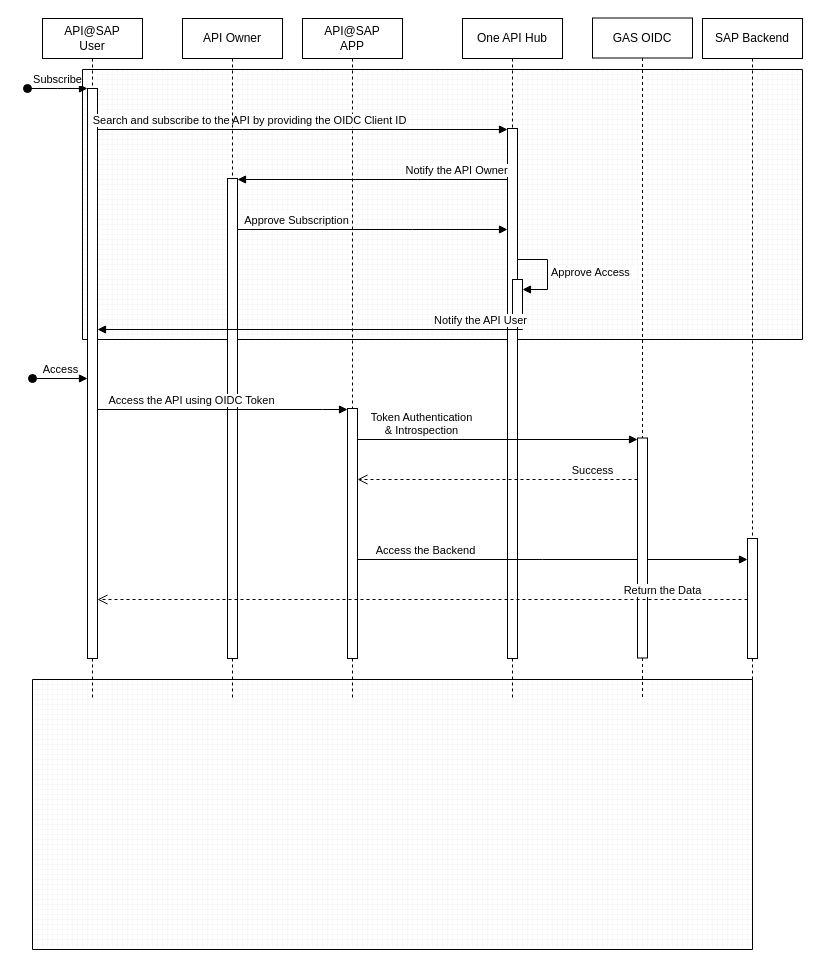
Before: API@SAP OIDC User Flow.drawio in kameshbrao/ArchiModels, a draw.io diagram. Source tidied: cells renumbered, new cells numbered last; positions are measured from the earlier drawing's top-left corner, leaving out a move shared by most shapes. Both pictures are drawn from the tidied source at 100%, with x=0, y=0 at pixel (27, 17).
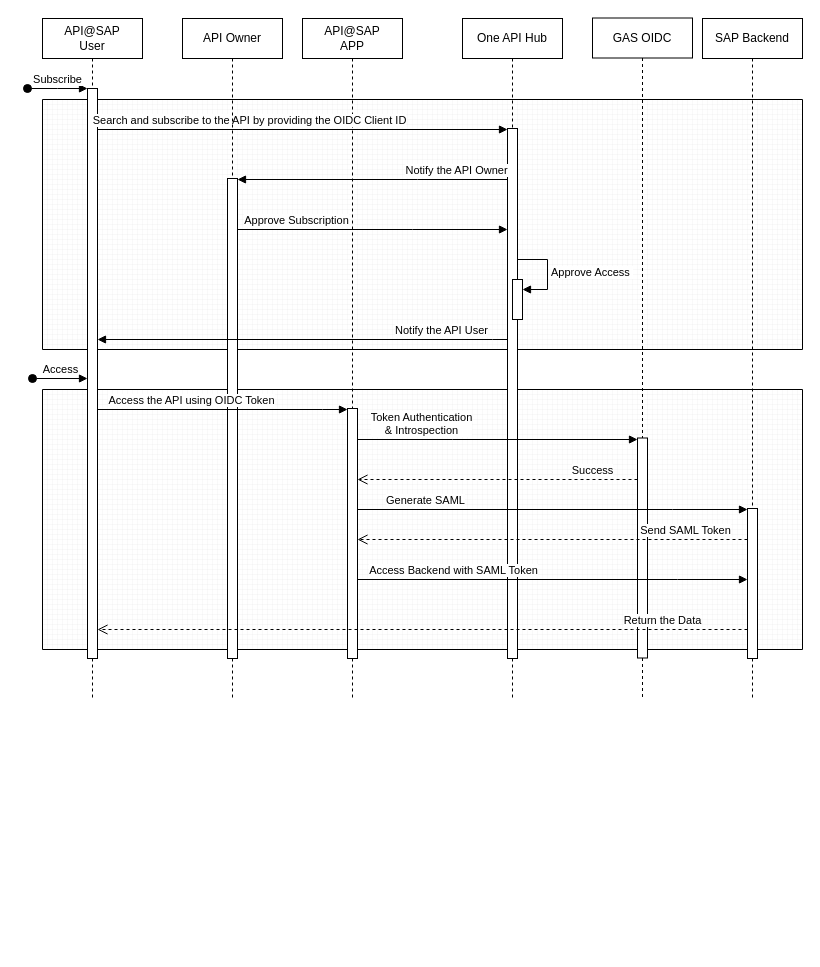
After the change.

Unchanged cells that the change refers to:
```xml
<mxCell id="5" style="html=1;points=[];perimeter=orthogonalPerimeter;outlineConnect=0;targetShapes=umlLifeline;portConstraint=eastwest;newEdgeStyle={&quot;edgeStyle&quot;:&quot;elbowEdgeStyle&quot;,&quot;elbow&quot;:&quot;vertical&quot;,&quot;curved&quot;:0,&quot;rounded&quot;:0};" parent="4" vertex="1">
  <mxGeometry x="45" y="70" width="10" height="570" as="geometry" />
</mxCell>
<mxCell id="8" style="html=1;points=[];perimeter=orthogonalPerimeter;outlineConnect=0;targetShapes=umlLifeline;portConstraint=eastwest;newEdgeStyle={&quot;edgeStyle&quot;:&quot;elbowEdgeStyle&quot;,&quot;elbow&quot;:&quot;vertical&quot;,&quot;curved&quot;:0,&quot;rounded&quot;:0};" parent="7" vertex="1">
  <mxGeometry x="45" y="390" width="10" height="250" as="geometry" />
</mxCell>
<mxCell id="11" style="html=1;points=[];perimeter=orthogonalPerimeter;outlineConnect=0;targetShapes=umlLifeline;portConstraint=eastwest;newEdgeStyle={&quot;edgeStyle&quot;:&quot;elbowEdgeStyle&quot;,&quot;elbow&quot;:&quot;vertical&quot;,&quot;curved&quot;:0,&quot;rounded&quot;:0};" parent="10" vertex="1">
  <mxGeometry x="45" y="110" width="10" height="530" as="geometry" />
</mxCell>
<mxCell id="14" value="SAP Backend" style="shape=umlLifeline;perimeter=lifelinePerimeter;whiteSpace=wrap;html=1;newEdgeStyle={&quot;edgeStyle&quot;:&quot;elbowEdgeStyle&quot;,&quot;elbow&quot;:&quot;vertical&quot;,&quot;curved&quot;:0,&quot;rounded&quot;:0};" parent="1" vertex="1">
  <mxGeometry x="675" y="1" width="100" height="681" as="geometry" />
</mxCell>
```

What changed in the source:
```diff
@@
     <mxCell id="2" style="verticalLabelPosition=bottom;verticalAlign=top;html=1;shape=mxgraph.basic.patternFillRect;fillStyle=grid;step=5;fillStrokeWidth=0.2;fillStrokeColor=#dddddd;" parent="1" vertex="1">
-      <mxGeometry x="5" y="662" width="720" height="270" as="geometry" />
+      <mxGeometry x="15" y="372" width="760" height="260" as="geometry" />
     </mxCell>
     <mxCell id="3" style="verticalLabelPosition=bottom;verticalAlign=top;html=1;shape=mxgraph.basic.patternFillRect;fillStyle=grid;step=5;fillStrokeWidth=0.2;fillStrokeColor=#dddddd;" parent="1" vertex="1">
-      <mxGeometry x="55" y="52" width="720" height="270" as="geometry" />
+      <mxGeometry x="15" y="82" width="760" height="250" as="geometry" />
     </mxCell>
@@
     <mxCell id="15" style="html=1;points=[];perimeter=orthogonalPerimeter;outlineConnect=0;targetShapes=umlLifeline;portConstraint=eastwest;newEdgeStyle={&quot;edgeStyle&quot;:&quot;elbowEdgeStyle&quot;,&quot;elbow&quot;:&quot;vertical&quot;,&quot;curved&quot;:0,&quot;rounded&quot;:0};" parent="14" vertex="1">
-      <mxGeometry x="45" y="520" width="10" height="120" as="geometry" />
+      <mxGeometry x="45" y="490" width="10" height="150" as="geometry" />
     </mxCell>
@@
     <mxCell id="20" value="Notify the API User" style="html=1;verticalAlign=bottom;endArrow=block;edgeStyle=elbowEdgeStyle;elbow=vertical;curved=0;rounded=0;" parent="1" edge="1" source="11" target="5">
-      <mxGeometry x="-0.78" relative="1" as="geometry">
+      <mxGeometry x="-0.68" relative="1" as="geometry">
         <Array as="points">
-          <mxPoint x="495" y="312" />
+          <mxPoint x="465" y="322" />
+          <mxPoint x="475" y="342" />
           <mxPoint x="315" y="322" />
           <mxPoint x="235" y="312" />
           <mxPoint x="385" y="322" />
           <mxPoint x="345" y="302" />
           <mxPoint x="75" y="302" />
           <mxPoint x="355" y="302" />
           <mxPoint x="205" y="362" />
           <mxPoint x="225" y="332" />
           <mxPoint x="185" y="302" />
         </Array>
       </mxGeometry>
     </mxCell>
@@
-    <mxCell id="25" value="Access the Backend" style="html=1;verticalAlign=bottom;endArrow=block;edgeStyle=elbowEdgeStyle;elbow=vertical;curved=0;rounded=0;" parent="1" edge="1" source="8" target="15">
-      <mxGeometry x="-0.65" relative="1" as="geometry">
-        <Array as="points">
-          <mxPoint x="515" y="542" />
-          <mxPoint x="525" y="522" />
-          <mxPoint x="510" y="502" />
-          <mxPoint x="570" y="522" />
-          <mxPoint x="930" y="542" />
-          <mxPoint x="520" y="517" />
-        </Array>
-      </mxGeometry>
-    </mxCell>
@@
     <mxCell id="28" value="Return the Data" style="html=1;verticalAlign=bottom;endArrow=open;dashed=1;endSize=8;edgeStyle=elbowEdgeStyle;elbow=vertical;curved=0;rounded=0;" parent="1" edge="1" source="15" target="5">
       <mxGeometry x="-0.74" relative="1" as="geometry">
         <Array as="points">
+          <mxPoint x="605" y="612" />
           <mxPoint x="285" y="582" />
         </Array>
       </mxGeometry>
     </mxCell>
+    <mxCell id="29" value="Send SAML Token" style="html=1;verticalAlign=bottom;endArrow=open;dashed=1;endSize=8;edgeStyle=elbowEdgeStyle;elbow=vertical;curved=0;rounded=0;" parent="1" edge="1" source="15" target="8">
+      <mxGeometry x="-0.68" relative="1" as="geometry">
+        <Array as="points">
+          <mxPoint x="650" y="522" />
+          <mxPoint x="530" y="512" />
+          <mxPoint x="580" y="542" />
+          <mxPoint x="610" y="522" />
+        </Array>
+      </mxGeometry>
+    </mxCell>
+    <mxCell id="25" value="Generate SAML" style="html=1;verticalAlign=bottom;endArrow=block;edgeStyle=elbowEdgeStyle;elbow=vertical;curved=0;rounded=0;" parent="1" edge="1" source="8" target="15">
+      <mxGeometry x="-0.65" relative="1" as="geometry">
+        <Array as="points">
+          <mxPoint x="645" y="492" />
+          <mxPoint x="635" y="482" />
+          <mxPoint x="515" y="542" />
+          <mxPoint x="525" y="522" />
+          <mxPoint x="510" y="502" />
+          <mxPoint x="570" y="522" />
+          <mxPoint x="930" y="542" />
+          <mxPoint x="520" y="517" />
+        </Array>
+      </mxGeometry>
+    </mxCell>
+    <mxCell id="30" value="Access Backend with SAML Token" style="html=1;verticalAlign=bottom;endArrow=block;edgeStyle=elbowEdgeStyle;elbow=vertical;curved=0;rounded=0;" parent="1" edge="1" source="8" target="15">
+      <mxGeometry x="-0.51" relative="1" as="geometry">
+        <Array as="points">
+          <mxPoint x="650" y="562" />
+          <mxPoint x="640" y="552" />
+          <mxPoint x="520" y="612" />
+          <mxPoint x="530" y="592" />
+          <mxPoint x="515" y="572" />
+          <mxPoint x="575" y="592" />
+          <mxPoint x="935" y="612" />
+          <mxPoint x="525" y="587" />
+        </Array>
+      </mxGeometry>
+    </mxCell>
```
